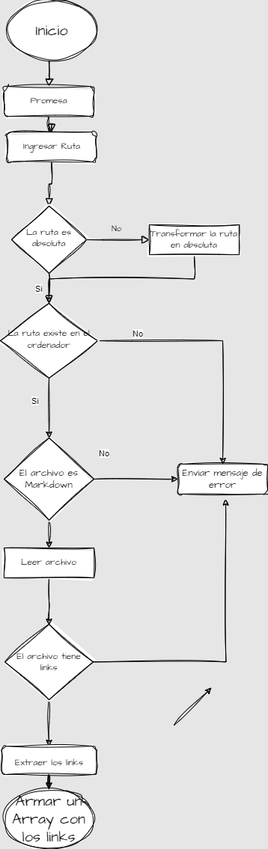
Above: docs/Diagrama de flujo.drawio.png in Yarenhi/DEV010-md-links (draw.io), before the change. Source tidied: cells renumbered, new cells last; positions are measured from the earlier drawing's top-left corner, leaving out a move shared by most shapes.
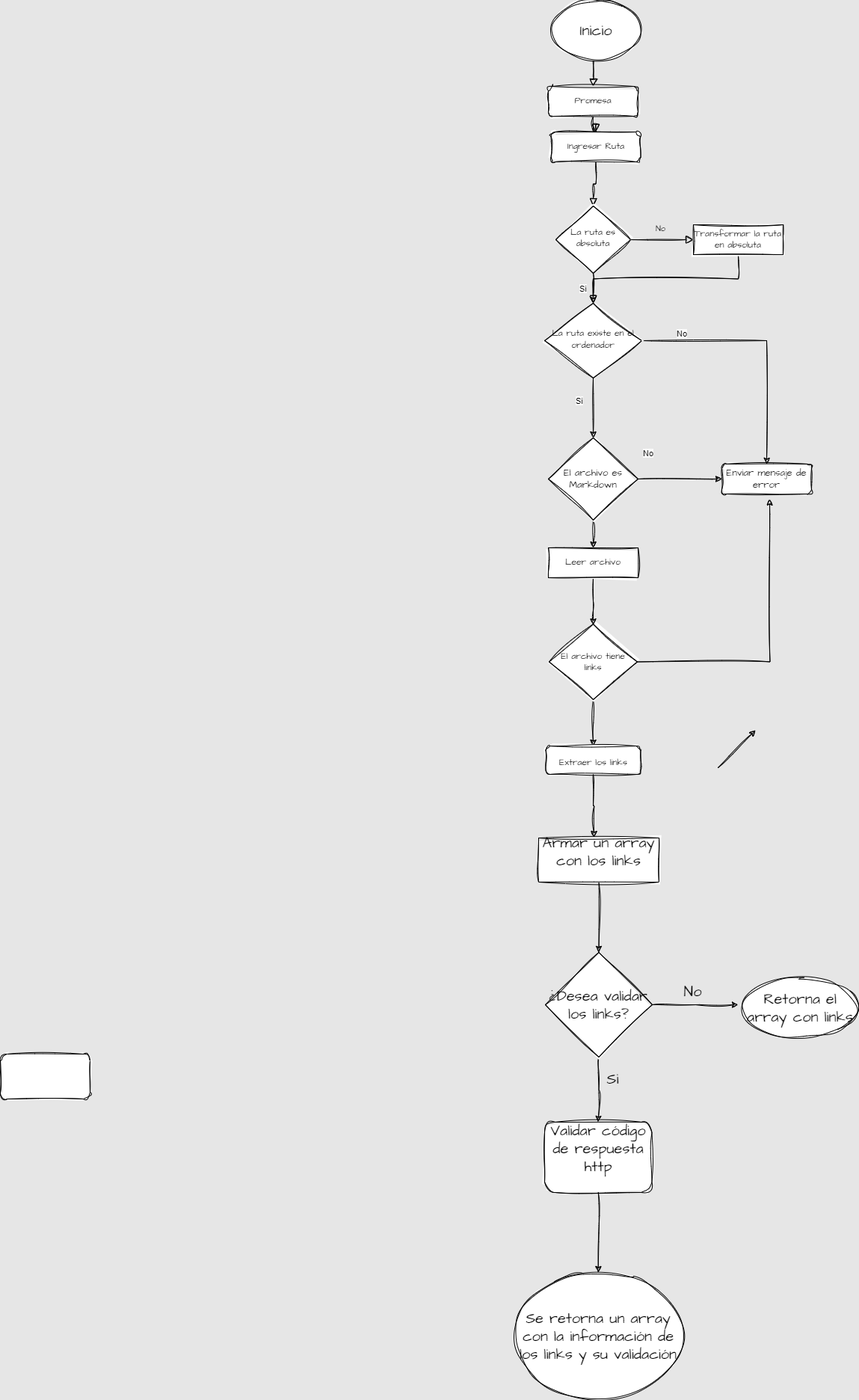
Later version of the same file.

What changed in the source:
```diff
@@ -91,8 +91,10 @@
     <mxCell id="28" value="El archivo tiene &lt;br&gt;links" style="rhombus;whiteSpace=wrap;html=1;sketch=1;hachureGap=4;jiggle=2;curveFitting=1;fontFamily=Architects Daughter;fontSource=https%3A%2F%2Ffonts.googleapis.com%2Fcss%3Ffamily%3DArchitects%2BDaughter;fontSize=12;labelPosition=center;verticalLabelPosition=middle;align=center;verticalAlign=middle;" parent="1" vertex="1">
       <mxGeometry x="6" y="834" width="118" height="101" as="geometry" />
     </mxCell>
-    <mxCell id="29" style="edgeStyle=orthogonalEdgeStyle;rounded=0;sketch=1;hachureGap=4;jiggle=2;curveFitting=1;jettySize=auto;html=1;exitX=0.5;exitY=1;exitDx=0;exitDy=0;fontFamily=Architects Daughter;fontSource=https%3A%2F%2Ffonts.googleapis.com%2Fcss%3Ffamily%3DArchitects%2BDaughter;fontSize=16;" parent="1" edge="1" source="30" target="33">
-      <mxGeometry relative="1" as="geometry" />
+    <mxCell id="29" style="edgeStyle=orthogonalEdgeStyle;rounded=0;sketch=1;hachureGap=4;jiggle=2;curveFitting=1;jettySize=auto;html=1;exitX=0.5;exitY=1;exitDx=0;exitDy=0;fontFamily=Architects Daughter;fontSource=https%3A%2F%2Ffonts.googleapis.com%2Fcss%3Ffamily%3DArchitects%2BDaughter;fontSize=16;" parent="1" edge="1" source="30">
+      <mxGeometry relative="1" as="geometry">
+        <mxPoint x="66" y="1119" as="targetPoint" />
+      </mxGeometry>
     </mxCell>
     <mxCell id="30" value="&lt;font style=&quot;font-size: 12px;&quot;&gt;Extraer los links&lt;/font&gt;" style="rounded=1;whiteSpace=wrap;html=1;sketch=1;hachureGap=4;jiggle=2;curveFitting=1;fontFamily=Architects Daughter;fontSource=https%3A%2F%2Ffonts.googleapis.com%2Fcss%3Ffamily%3DArchitects%2BDaughter;fontSize=20;" parent="1" vertex="1">
       <mxGeometry x="1.5" y="997" width="127" height="38" as="geometry" />
@@ -100,14 +102,49 @@
     <mxCell id="31" value="Inicio" style="ellipse;whiteSpace=wrap;html=1;sketch=1;hachureGap=4;jiggle=2;curveFitting=1;fontFamily=Architects Daughter;fontSource=https%3A%2F%2Ffonts.googleapis.com%2Fcss%3Ffamily%3DArchitects%2BDaughter;fontSize=20;" parent="1" vertex="1">
       <mxGeometry x="8.5" width="120" height="80" as="geometry" />
     </mxCell>
-    <mxCell id="32" style="endArrow=classic;html=1;rounded=0;sketch=1;hachureGap=4;jiggle=2;curveFitting=1;fontFamily=Architects Daughter;fontSource=https%3A%2F%2Ffonts.googleapis.com%2Fcss%3Ffamily%3DArchitects%2BDaughter;fontSize=16;" parent="1" edge="1">
-      <mxGeometry relative="1" as="geometry">
-        <mxPoint x="232" y="969" as="sourcePoint" />
-        <mxPoint x="282" y="919" as="targetPoint" />
-      </mxGeometry>
-    </mxCell>
-    <mxCell id="33" value="Armar un Array con los links" style="ellipse;whiteSpace=wrap;html=1;sketch=1;hachureGap=4;jiggle=2;curveFitting=1;fontFamily=Architects Daughter;fontSource=https%3A%2F%2Ffonts.googleapis.com%2Fcss%3Ffamily%3DArchitects%2BDaughter;fontSize=20;" parent="1" vertex="1">
-      <mxGeometry x="5" y="1054" width="120" height="80" as="geometry" />
-    </mxCell>
+    <mxCell id="34" style="edgeStyle=orthogonalEdgeStyle;rounded=0;sketch=1;hachureGap=4;jiggle=2;curveFitting=1;jettySize=auto;html=1;exitX=0.5;exitY=1;exitDx=0;exitDy=0;fontFamily=Architects Daughter;fontSource=https%3A%2F%2Ffonts.googleapis.com%2Fcss%3Ffamily%3DArchitects%2BDaughter;fontSize=16;" parent="1" edge="1" source="35" target="39">
+      <mxGeometry relative="1" as="geometry" />
+    </mxCell>
+    <mxCell id="35" value="Armar un array con los links&lt;br&gt;&lt;br&gt;" style="rounded=0;whiteSpace=wrap;html=1;sketch=1;hachureGap=4;jiggle=2;curveFitting=1;fontFamily=Architects Daughter;fontSource=https%3A%2F%2Ffonts.googleapis.com%2Fcss%3Ffamily%3DArchitects%2BDaughter;fontSize=20;" parent="1" vertex="1">
+      <mxGeometry x="-8" y="1120" width="161" height="59" as="geometry" />
+    </mxCell>
+    <mxCell id="36" style="endArrow=classic;html=1;rounded=0;sketch=1;hachureGap=4;jiggle=2;curveFitting=1;fontFamily=Architects Daughter;fontSource=https%3A%2F%2Ffonts.googleapis.com%2Fcss%3Ffamily%3DArchitects%2BDaughter;fontSize=16;" parent="1" edge="1">
+      <mxGeometry relative="1" as="geometry">
+        <mxPoint x="232" y="1026" as="sourcePoint" />
+        <mxPoint x="282" y="976" as="targetPoint" />
+      </mxGeometry>
+    </mxCell>
+    <mxCell id="37" style="edgeStyle=orthogonalEdgeStyle;rounded=0;sketch=1;hachureGap=4;jiggle=2;curveFitting=1;jettySize=auto;html=1;exitX=1;exitY=0.5;exitDx=0;exitDy=0;fontFamily=Architects Daughter;fontSource=https%3A%2F%2Ffonts.googleapis.com%2Fcss%3Ffamily%3DArchitects%2BDaughter;fontSize=16;" parent="1" edge="1" source="39">
+      <mxGeometry relative="1" as="geometry">
+        <mxPoint x="259" y="1343" as="targetPoint" />
+      </mxGeometry>
+    </mxCell>
+    <mxCell id="38" style="edgeStyle=orthogonalEdgeStyle;rounded=0;sketch=1;hachureGap=4;jiggle=2;curveFitting=1;jettySize=auto;html=1;exitX=0.5;exitY=1;exitDx=0;exitDy=0;entryX=0.5;entryY=0;entryDx=0;entryDy=0;fontFamily=Architects Daughter;fontSource=https%3A%2F%2Ffonts.googleapis.com%2Fcss%3Ffamily%3DArchitects%2BDaughter;fontSize=16;" parent="1" edge="1" source="39" target="43">
+      <mxGeometry relative="1" as="geometry" />
+    </mxCell>
+    <mxCell id="39" value="¿Desea validar los links?" style="rhombus;whiteSpace=wrap;html=1;sketch=1;hachureGap=4;jiggle=2;curveFitting=1;fontFamily=Architects Daughter;fontSource=https%3A%2F%2Ffonts.googleapis.com%2Fcss%3Ffamily%3DArchitects%2BDaughter;fontSize=20;" parent="1" vertex="1">
+      <mxGeometry x="1" y="1273" width="143" height="140" as="geometry" />
+    </mxCell>
+    <mxCell id="40" value="No" style="text;html=1;align=center;verticalAlign=middle;strokeColor=none;fillColor=none;fontSize=20;fontFamily=Architects Daughter;" parent="1" vertex="1">
+      <mxGeometry x="177" y="1307" width="42" height="36" as="geometry" />
+    </mxCell>
+    <mxCell id="41" value="Retorna el array con links" style="ellipse;whiteSpace=wrap;html=1;sketch=1;hachureGap=4;jiggle=2;curveFitting=1;fontFamily=Architects Daughter;fontSource=https%3A%2F%2Ffonts.googleapis.com%2Fcss%3Ffamily%3DArchitects%2BDaughter;fontSize=20;" parent="1" vertex="1">
+      <mxGeometry x="264" y="1307" width="156" height="80" as="geometry" />
+    </mxCell>
+    <mxCell id="42" style="rounded=1;whiteSpace=wrap;html=1;sketch=1;hachureGap=4;jiggle=2;curveFitting=1;fontFamily=Architects Daughter;fontSource=https%3A%2F%2Ffonts.googleapis.com%2Fcss%3Ffamily%3DArchitects%2BDaughter;fontSize=20;" parent="1" vertex="1">
+      <mxGeometry x="-728" y="1409" width="120" height="60" as="geometry" />
+    </mxCell>
+    <mxCell id="43" value="Validar código de respuesta http&lt;br&gt;&lt;br&gt;" style="rounded=1;whiteSpace=wrap;html=1;sketch=1;hachureGap=4;jiggle=2;curveFitting=1;fontFamily=Architects Daughter;fontSource=https%3A%2F%2Ffonts.googleapis.com%2Fcss%3Ffamily%3DArchitects%2BDaughter;fontSize=20;" parent="1" vertex="1">
+      <mxGeometry y="1500" width="143.5" height="94" as="geometry" />
+    </mxCell>
+    <mxCell id="44" value="Si" style="text;html=1;align=center;verticalAlign=middle;strokeColor=none;fillColor=none;fontSize=20;fontFamily=Architects Daughter;" parent="1" vertex="1">
+      <mxGeometry x="74" y="1424" width="34" height="36" as="geometry" />
+    </mxCell>
+    <mxCell id="45" value="Se retorna un array con la información de los links y su validación" style="ellipse;whiteSpace=wrap;html=1;sketch=1;hachureGap=4;jiggle=2;curveFitting=1;fontFamily=Architects Daughter;fontSource=https%3A%2F%2Ffonts.googleapis.com%2Fcss%3Ffamily%3DArchitects%2BDaughter;fontSize=20;" parent="1" vertex="1">
+      <mxGeometry x="-41.2" y="1701" width="226" height="170" as="geometry" />
+    </mxCell>
+    <mxCell id="46" style="edgeStyle=orthogonalEdgeStyle;rounded=0;sketch=1;hachureGap=4;jiggle=2;curveFitting=1;jettySize=auto;html=1;exitX=0.5;exitY=1;exitDx=0;exitDy=0;fontFamily=Architects Daughter;fontSource=https%3A%2F%2Ffonts.googleapis.com%2Fcss%3Ffamily%3DArchitects%2BDaughter;fontSize=16;" parent="1" edge="1" source="43" target="45">
+      <mxGeometry relative="1" as="geometry" />
+    </mxCell>
   </root>
 </mxGraphModel>
```
